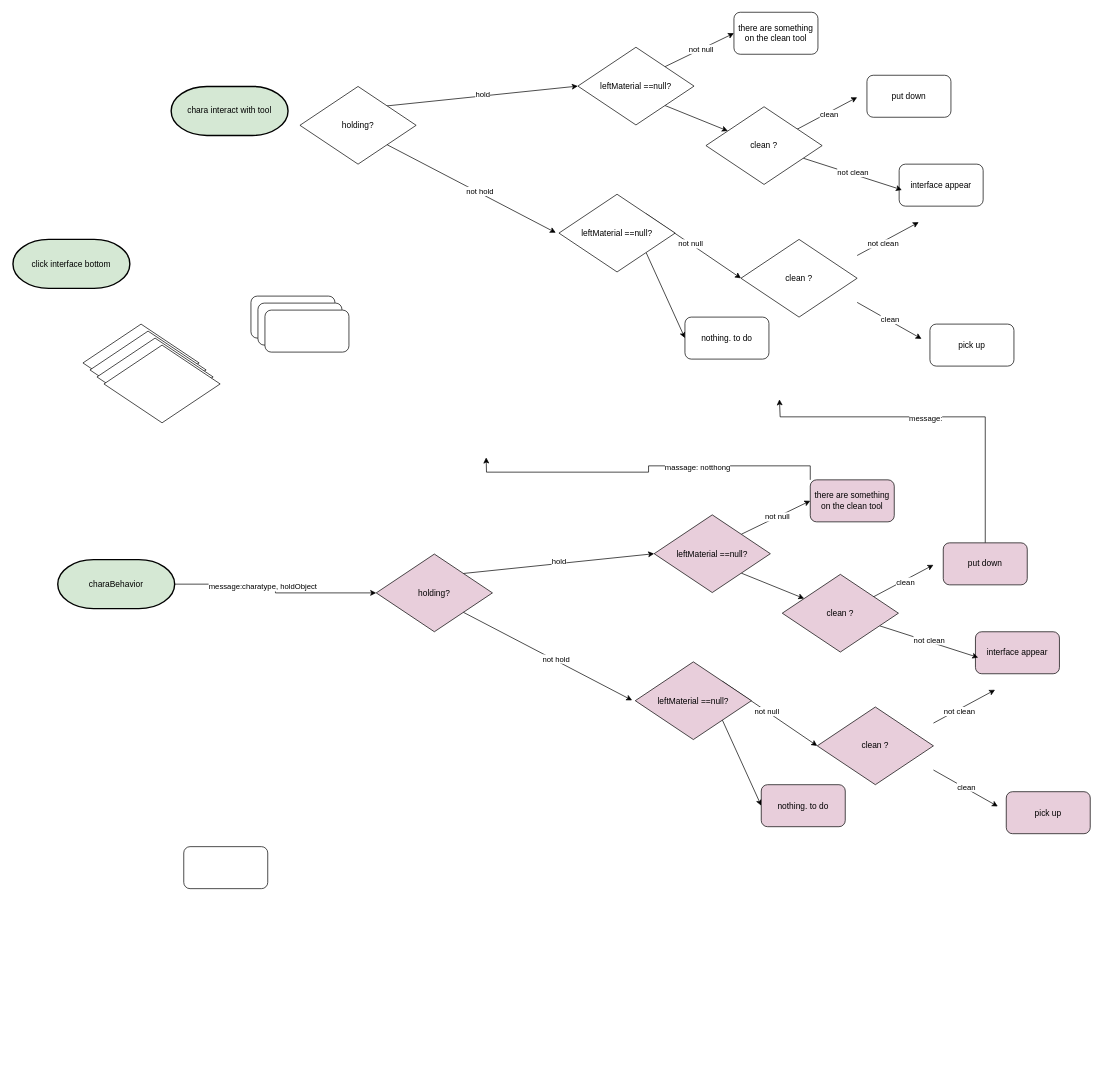
BalaGuava/NourishverseI keeps this draw.io diagram as page "Kitchen_flow_2" (6 of 6) of Kitchen_seq_1.drawio. Above is the earlier version. Source tidied: cells renumbered, new cells numbered last; positions are measured from the earlier drawing's top-left corner, leaving out a move shared by most shapes. Both pictures are drawn from the tidied source at 70%, with x=0, y=0 at pixel (13, 12).
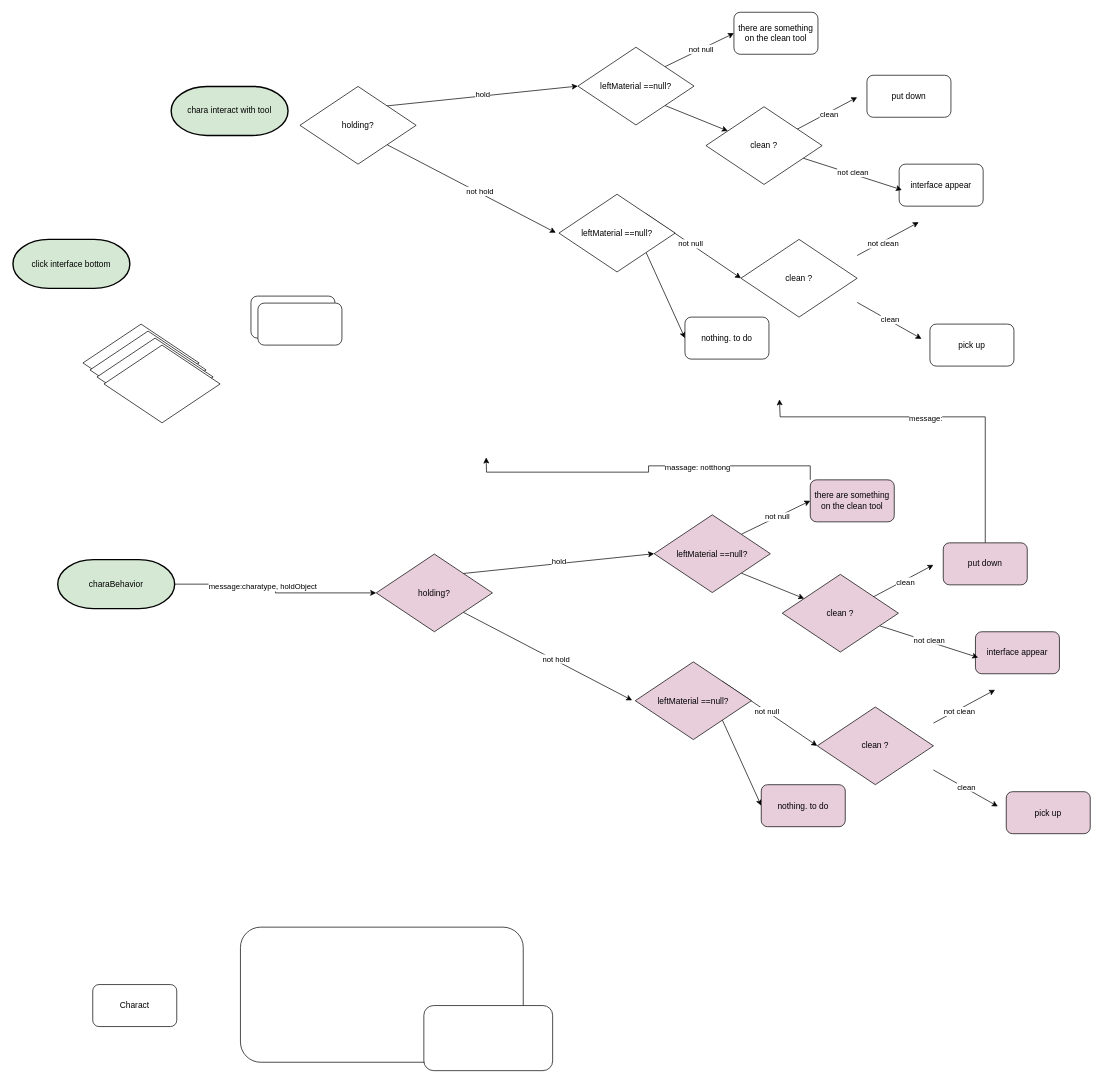
After the change.

Diff of the diagram source:
```diff
@@
     <mxCell id="73" style="rounded=1;whiteSpace=wrap;html=1;" parent="1" vertex="1">
-      <mxGeometry x="360" y="425.5" width="120" height="60" as="geometry" />
+      <mxGeometry x="325" y="1307" width="404" height="193" as="geometry" />
     </mxCell>
-    <mxCell id="74" style="rounded=1;whiteSpace=wrap;html=1;" parent="1" vertex="1">
-      <mxGeometry x="244" y="1192" width="120" height="60" as="geometry" />
+    <mxCell id="74" value="Charact" style="rounded=1;whiteSpace=wrap;html=1;" parent="1" vertex="1">
+      <mxGeometry x="114" y="1389" width="120" height="60" as="geometry" />
     </mxCell>
+    <mxCell id="75" style="rounded=1;whiteSpace=wrap;html=1;" parent="1" vertex="1">
+      <mxGeometry x="587" y="1419" width="184" height="93" as="geometry" />
+    </mxCell>
```
